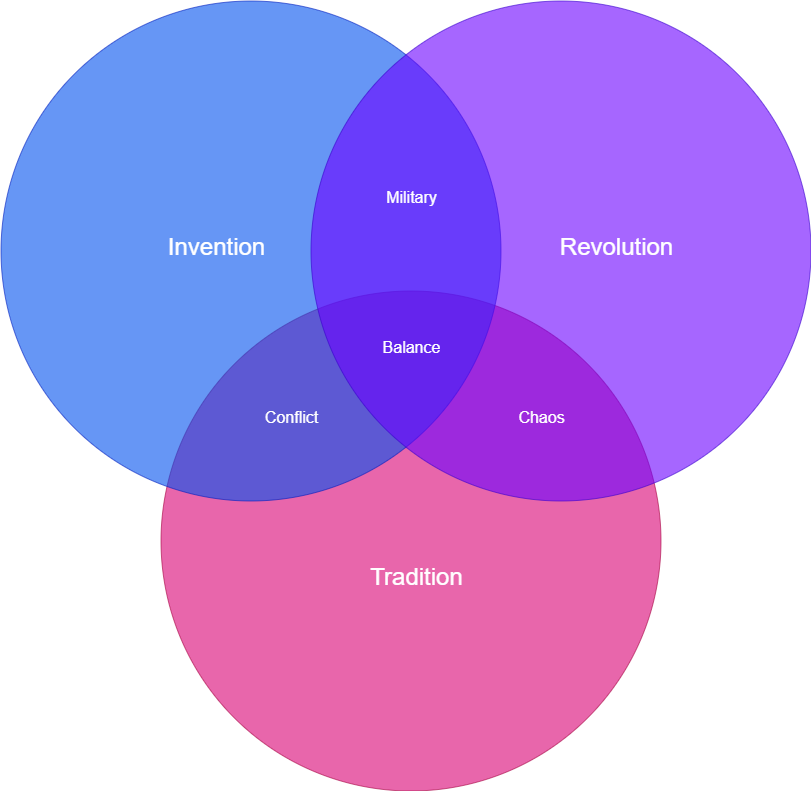
Before: Untitled Diagram.png, a diagram exported from draw.io (jamesallen74/aspnetcore2.1-spystore). Source tidied: cells renumbered, new cells last; positions are measured from the earlier drawing's top-left corner, leaving out a move shared by most shapes.
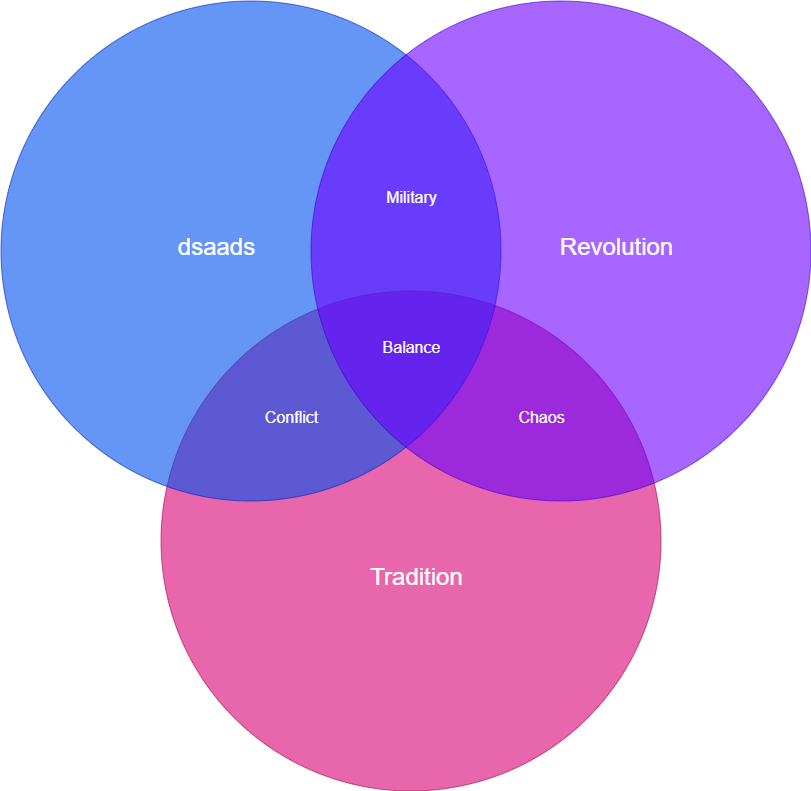
Later version of the same file.

The edit, as a diff of the source:
```diff
@@ -11,7 +11,7 @@
     <mxCell id="4" style="ellipse;fillColor=#6a00ff;opacity=60;strokeColor=#3700CC;html=1;fontColor=#ffffff;" parent="1" vertex="1">
       <mxGeometry x="309.5" y="0.5" width="500" height="500" as="geometry" />
     </mxCell>
-    <mxCell id="5" value="Invention" style="text;fontSize=24;align=center;verticalAlign=middle;html=1;fontColor=#FFFFFF;" parent="1" vertex="1">
+    <mxCell id="5" value="dsaads" style="text;fontSize=24;align=center;verticalAlign=middle;html=1;fontColor=#FFFFFF;" parent="1" vertex="1">
       <mxGeometry x="119.5" y="210.5" width="190" height="70" as="geometry" />
     </mxCell>
     <mxCell id="6" value="Revolution" style="text;fontSize=24;align=center;verticalAlign=middle;html=1;fontColor=#FFFFFF;" parent="1" vertex="1">
```
